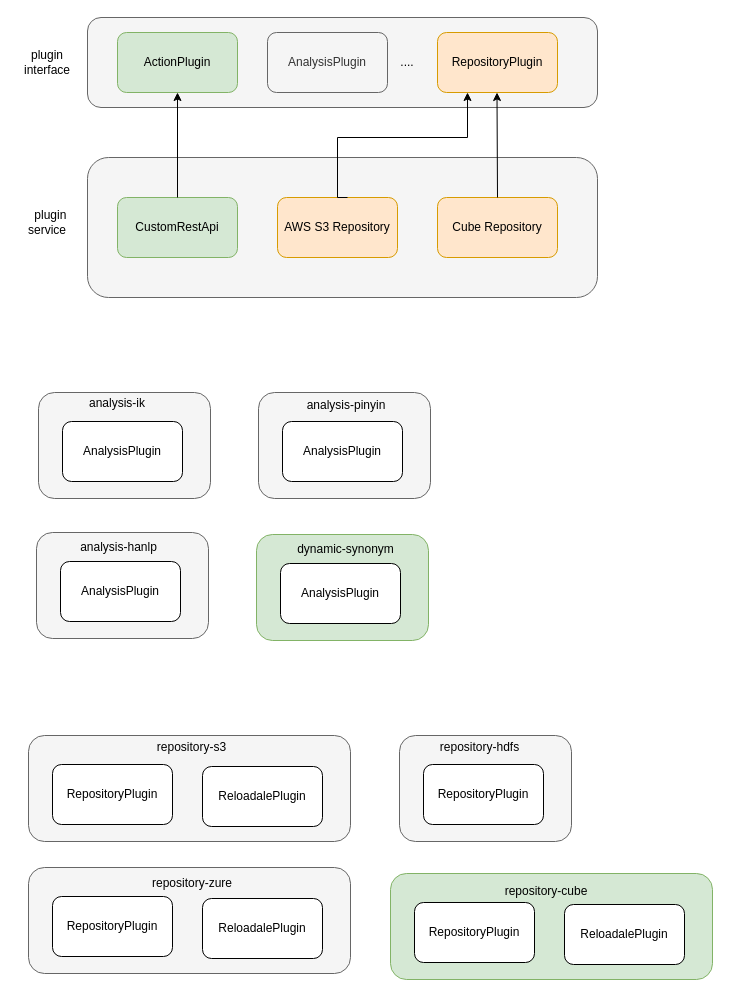
The draw.io diagram elasticsearch/cubefs/未命名绘图.drawio in kingskipper/design, before the edit. Source tidied: cells renumbered, new cells numbered last; positions are measured from the earlier drawing's top-left corner, leaving out a move shared by most shapes. Both pictures are drawn from the tidied source at 100%, with x=0, y=0 at pixel (17, 17).
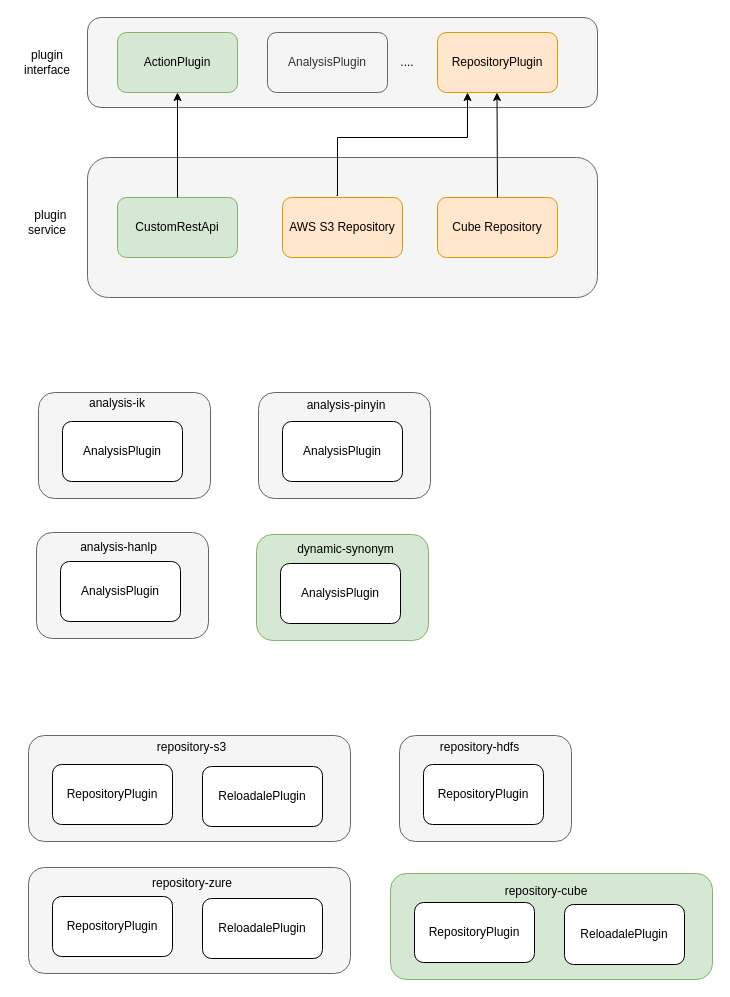
The same diagram, later.

Commit message:
更新未命名绘图.drawio

The change refers to these unchanged cells:
```xml
<mxCell id="9" value="RepositoryPlugin" style="rounded=1;whiteSpace=wrap;html=1;fillColor=#ffe6cc;strokeColor=#d79b00;" parent="1" vertex="1">
  <mxGeometry x="420" y="15" width="120" height="60" as="geometry" />
</mxCell>
```

Change to the diagram source:
```diff
@@
     <mxCell id="11" value="AWS S3 Repository" style="rounded=1;whiteSpace=wrap;html=1;fillColor=#ffe6cc;strokeColor=#d79b00;" parent="1" vertex="1">
-      <mxGeometry x="260" y="180" width="120" height="60" as="geometry" />
+      <mxGeometry x="265" y="180" width="120" height="60" as="geometry" />
     </mxCell>
@@
-    <mxCell id="13" style="endArrow=classic;html=1;rounded=0;edgeStyle=orthogonalEdgeStyle;entryX=0.25;entryY=1;entryDx=0;entryDy=0;" parent="1" edge="1" target="9">
+    <mxCell id="13" style="endArrow=classic;html=1;rounded=0;edgeStyle=orthogonalEdgeStyle;entryX=0.25;entryY=1;entryDx=0;entryDy=0;exitX=0.45;exitY=-0.033;exitDx=0;exitDy=0;exitPerimeter=0;" parent="1" edge="1" source="11" target="9">
       <mxGeometry relative="1" as="geometry">
-        <mxPoint x="330" y="180" as="sourcePoint" />
         <Array as="points">
-          <mxPoint x="320" y="180" />
+          <mxPoint x="320" y="178" />
           <mxPoint x="320" y="120" />
           <mxPoint x="450" y="120" />
         </Array>
       </mxGeometry>
     </mxCell>
```
